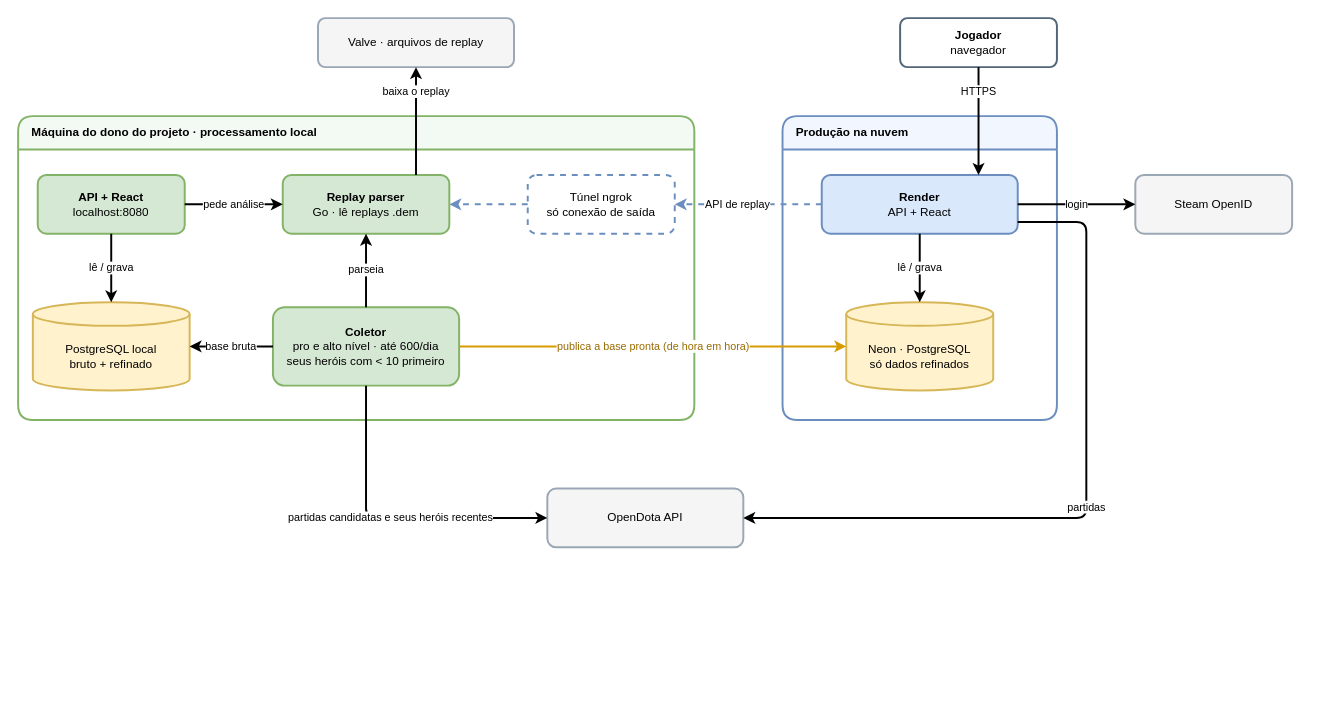
Above: page "1. Arquitetura" (1 of 6) of docs/diagrams/dotaanalyst.drawio in andreomorg/dota_analyst (draw.io), before the change. Source tidied: cells renumbered, new cells numbered last; positions are measured from the earlier drawing's top-left corner, leaving out a move shared by most shapes. Both pictures are drawn from the tidied source at 98%, with x=0, y=0 at pixel (18, 18).
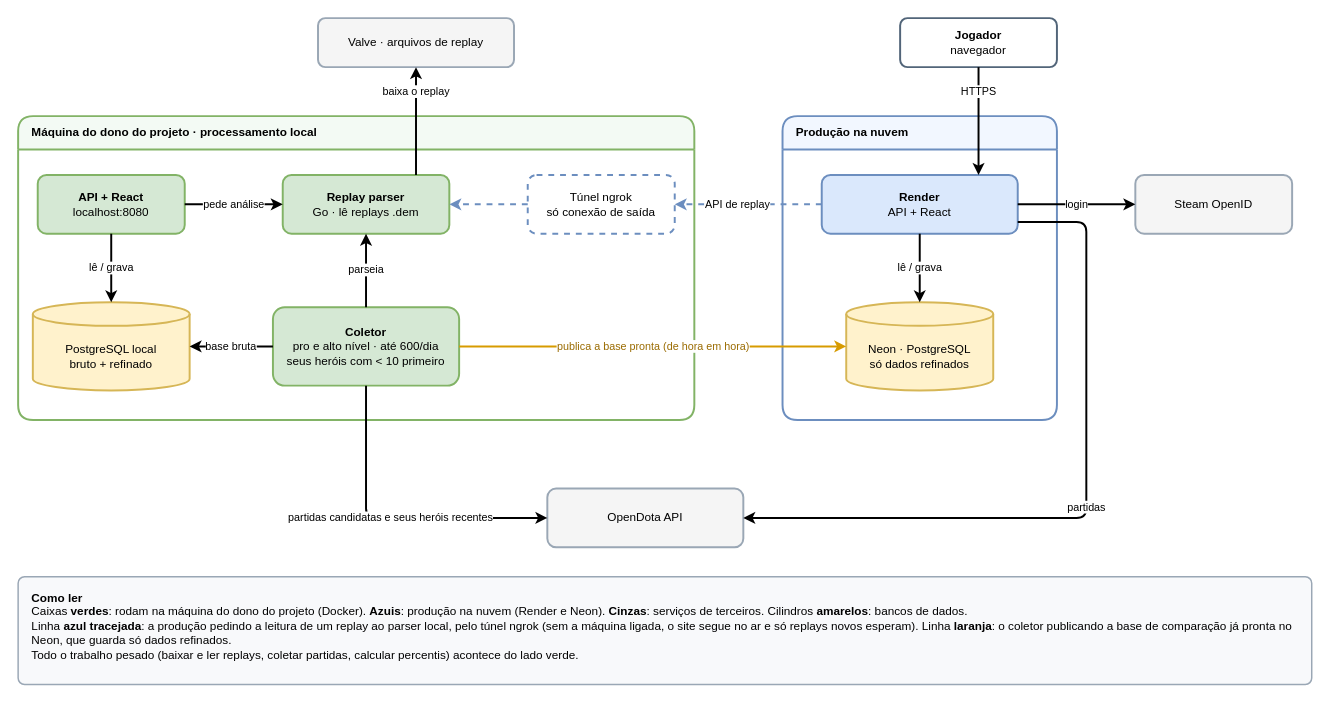
Above is the later version.

What changed in the source:
```diff
@@
+    <mxCell id="28" value="&lt;b&gt;Como ler&lt;/b&gt;&lt;br&gt;Caixas &lt;b&gt;verdes&lt;/b&gt;: rodam na máquina do dono do projeto (Docker). &lt;b&gt;Azuis&lt;/b&gt;: produção na nuvem (Render e Neon). &lt;b&gt;Cinzas&lt;/b&gt;: serviços de terceiros. Cilindros &lt;b&gt;amarelos&lt;/b&gt;: bancos de dados.&lt;br&gt;Linha &lt;b&gt;azul tracejada&lt;/b&gt;: a produção pedindo a leitura de um replay ao parser local, pelo túnel ngrok (sem a máquina ligada, o site segue no ar e só replays novos esperam). Linha &lt;b&gt;laranja&lt;/b&gt;: o coletor publicando a base de comparação já pronta no Neon, que guarda só dados refinados.&lt;br&gt;Todo o trabalho pesado (baixar e ler replays, coletar partidas, calcular percentis) acontece do lado verde." style="rounded=1;whiteSpace=wrap;html=1;align=left;verticalAlign=top;spacingLeft=12;spacingRight=12;spacingTop=8;fillColor=#f8f9fb;strokeColor=#9aa7b5;strokeWidth=1.5;arcSize=6;" parent="1" vertex="1">
+      <mxGeometry y="570" width="1320" height="110" as="geometry" />
+    </mxCell>
```
